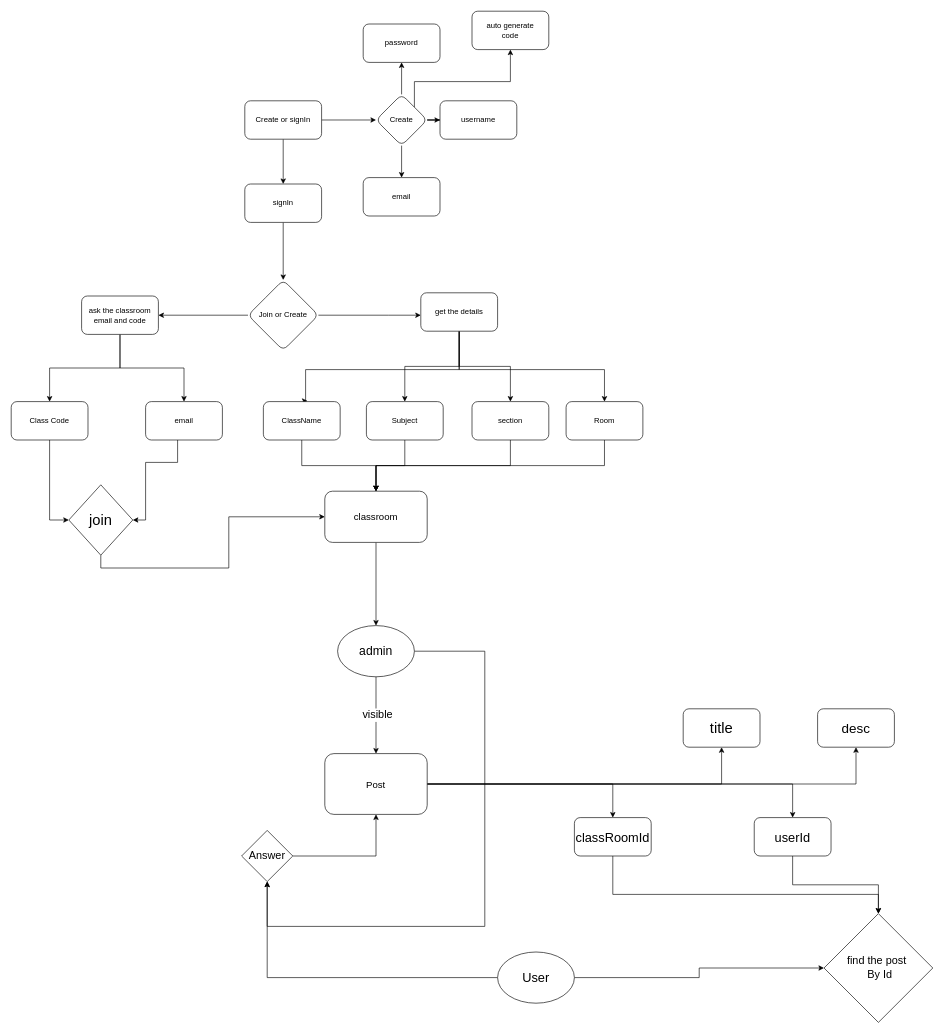
Earlier version of the draw.io diagram Untitled Diagram.drawio (Nazeemkky/story). Source tidied: cells renumbered, new cells numbered last; positions are measured from the earlier drawing's top-left corner, leaving out a move shared by most shapes. Both pictures are drawn from the tidied source at 64%, with x=0, y=0 at pixel (11, 11).
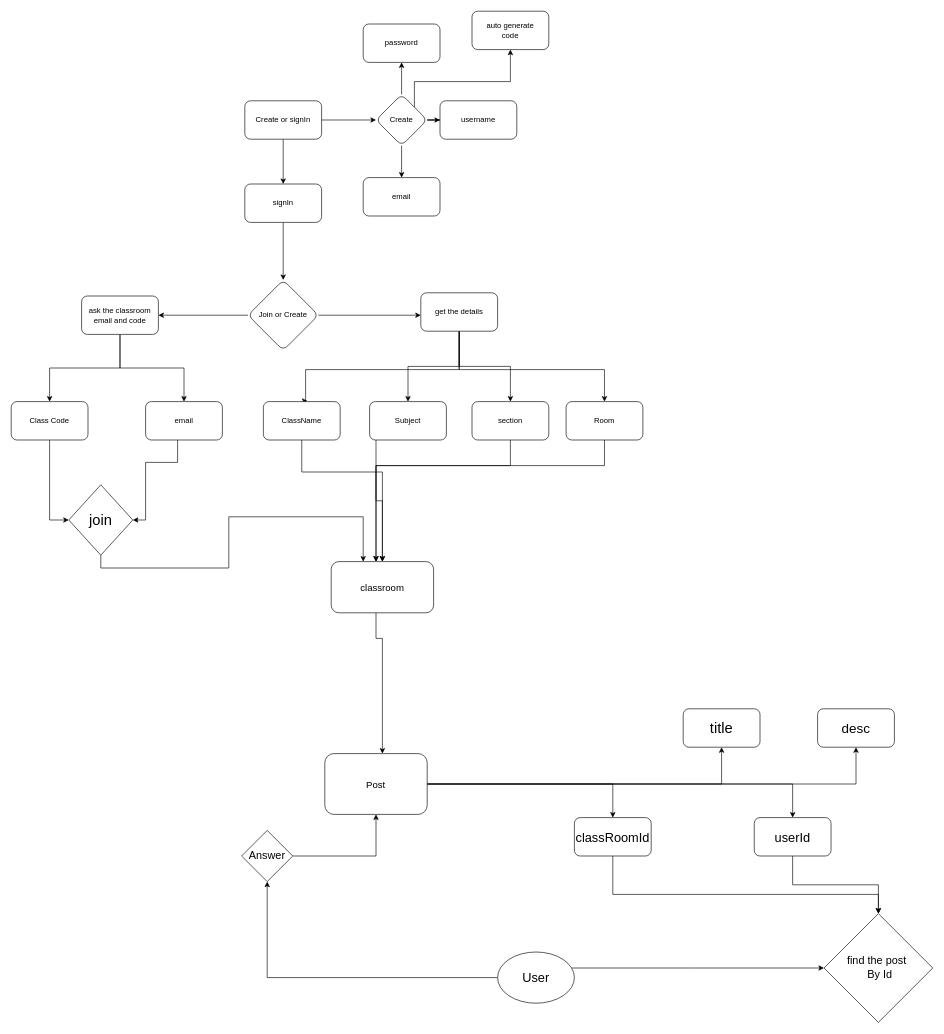
The same page after the edit.

The change refers to these unchanged cells:
```xml
<mxCell id="19" value="ClassName" style="whiteSpace=wrap;html=1;rounded=1;" parent="1" vertex="1">
  <mxGeometry x="394" y="610" width="120" height="60" as="geometry" />
</mxCell>
<mxCell id="40" value="&lt;font style=&quot;font-size: 23px&quot;&gt;join&lt;/font&gt;" style="rhombus;whiteSpace=wrap;html=1;" parent="1" vertex="1">
  <mxGeometry x="90" y="740" width="100" height="110" as="geometry" />
</mxCell>
<mxCell id="47" value="&lt;font style=&quot;font-size: 15px&quot;&gt;Post&lt;/font&gt;" style="rounded=1;whiteSpace=wrap;html=1;" parent="1" vertex="1">
  <mxGeometry x="490" y="1160" width="160" height="95" as="geometry" />
</mxCell>
<mxCell id="51" value="&lt;font style=&quot;font-size: 20px&quot;&gt;User&lt;/font&gt;" style="ellipse;whiteSpace=wrap;html=1;" parent="1" vertex="1">
  <mxGeometry x="760" y="1470" width="120" height="80" as="geometry" />
</mxCell>
<mxCell id="55" value="&lt;font style=&quot;font-size: 17px&quot;&gt;Answer&lt;/font&gt;" style="rhombus;whiteSpace=wrap;html=1;" parent="1" vertex="1">
  <mxGeometry x="360" y="1280" width="80" height="80" as="geometry" />
</mxCell>
<mxCell id="62" value="&lt;font style=&quot;font-size: 17px&quot;&gt;find the post&amp;nbsp;&lt;br&gt;&amp;nbsp;By Id&lt;/font&gt;" style="rhombus;whiteSpace=wrap;html=1;" parent="1" vertex="1">
  <mxGeometry x="1270" y="1410" width="170" height="170" as="geometry" />
</mxCell>
```

What changed in the source:
```diff
@@
     <mxCell id="18" style="edgeStyle=orthogonalEdgeStyle;rounded=0;jettySize=auto;html=1;" parent="1" edge="1" source="19" target="42">
-      <mxGeometry relative="1" as="geometry" />
+      <mxGeometry relative="1" as="geometry">
+        <Array as="points">
+          <mxPoint x="454" y="720" />
+          <mxPoint x="580" y="720" />
+        </Array>
+      </mxGeometry>
     </mxCell>
@@
     <mxCell id="22" style="edgeStyle=orthogonalEdgeStyle;rounded=0;jettySize=auto;html=1;" parent="1" edge="1" source="23" target="42">
-      <mxGeometry relative="1" as="geometry" />
+      <mxGeometry relative="1" as="geometry">
+        <Array as="points">
+          <mxPoint x="570" y="765" />
+          <mxPoint x="580" y="765" />
+        </Array>
+      </mxGeometry>
     </mxCell>
     <mxCell id="23" value="Subject" style="whiteSpace=wrap;html=1;rounded=1;" parent="1" vertex="1">
-      <mxGeometry x="555" y="610" width="120" height="60" as="geometry" />
+      <mxGeometry x="560" y="610" width="120" height="60" as="geometry" />
     </mxCell>
@@
     <mxCell id="39" style="edgeStyle=orthogonalEdgeStyle;rounded=0;jettySize=auto;html=1;" parent="1" edge="1" source="40" target="42">
       <mxGeometry relative="1" as="geometry">
         <Array as="points">
           <mxPoint x="140" y="870" />
           <mxPoint x="340" y="870" />
           <mxPoint x="340" y="790" />
+          <mxPoint x="550" y="790" />
         </Array>
       </mxGeometry>
     </mxCell>
@@
-    <mxCell id="41" style="edgeStyle=orthogonalEdgeStyle;rounded=0;jettySize=auto;html=1;" parent="1" edge="1" source="42" target="53">
-      <mxGeometry relative="1" as="geometry" />
+    <mxCell id="41" style="edgeStyle=orthogonalEdgeStyle;rounded=0;jettySize=auto;html=1;" parent="1" edge="1" source="42" target="47">
+      <mxGeometry relative="1" as="geometry">
+        <Array as="points">
+          <mxPoint x="570" y="980" />
+          <mxPoint x="580" y="980" />
+        </Array>
+      </mxGeometry>
     </mxCell>
     <mxCell id="42" value="&lt;font style=&quot;font-size: 15px&quot;&gt;classroom&lt;/font&gt;" style="rounded=1;whiteSpace=wrap;html=1;" parent="1" vertex="1">
-      <mxGeometry x="490" y="750" width="160" height="80" as="geometry" />
+      <mxGeometry x="500" y="860" width="160" height="80" as="geometry" />
     </mxCell>
@@
-    <mxCell id="48" value="&lt;font style=&quot;font-size: 17px&quot;&gt;&amp;nbsp;visible&lt;/font&gt;" style="edgeStyle=orthogonalEdgeStyle;rounded=0;jettySize=auto;html=1;" parent="1" edge="1" source="53" target="47">
-      <mxGeometry relative="1" as="geometry" />
-    </mxCell>
@@
     <mxCell id="50" style="edgeStyle=orthogonalEdgeStyle;rounded=0;jettySize=auto;html=1;" parent="1" edge="1" source="51" target="62">
-      <mxGeometry relative="1" as="geometry" />
+      <mxGeometry relative="1" as="geometry">
+        <Array as="points">
+          <mxPoint x="1060" y="1495" />
+          <mxPoint x="1060" y="1495" />
+        </Array>
+      </mxGeometry>
     </mxCell>
@@
-    <mxCell id="52" style="edgeStyle=orthogonalEdgeStyle;rounded=0;jettySize=auto;html=1;" parent="1" edge="1" source="53" target="55">
-      <mxGeometry relative="1" as="geometry">
-        <Array as="points">
-          <mxPoint x="740" y="1000" />
-          <mxPoint x="740" y="1430" />
-          <mxPoint x="400" y="1430" />
-        </Array>
-      </mxGeometry>
-    </mxCell>
-    <mxCell id="53" value="&lt;font style=&quot;font-size: 19px&quot;&gt;admin&lt;/font&gt;" style="ellipse;whiteSpace=wrap;html=1;" parent="1" vertex="1">
-      <mxGeometry x="510" y="960" width="120" height="80" as="geometry" />
-    </mxCell>
```
